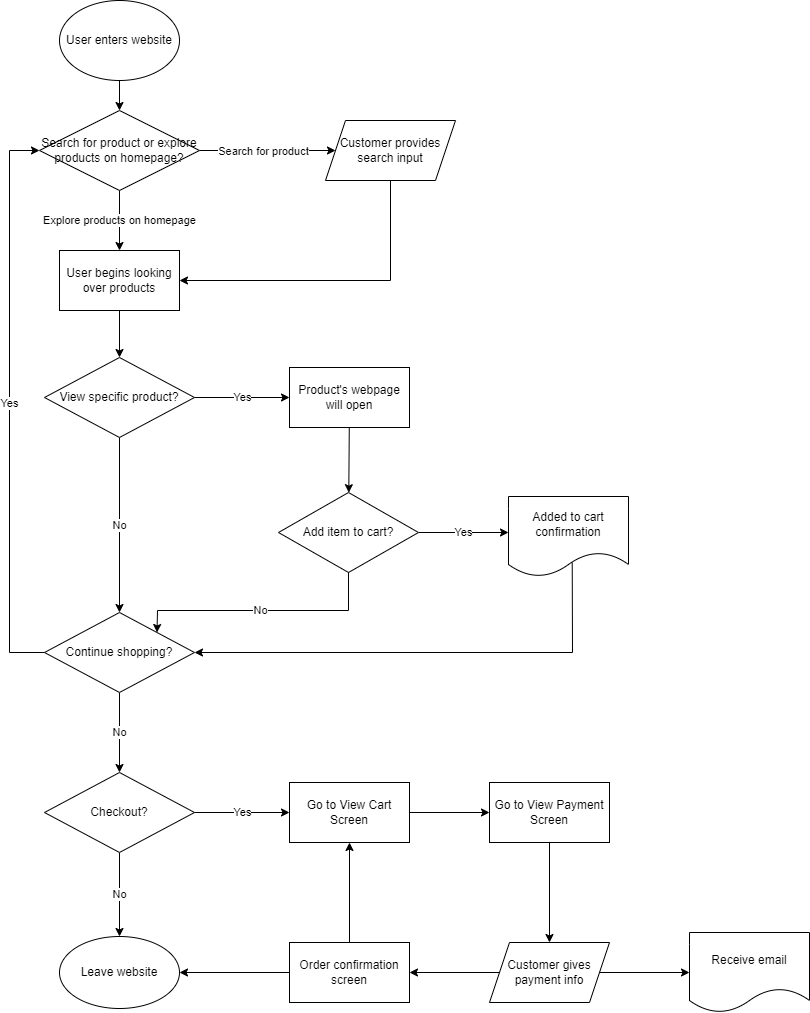
This is expose/diagramming/diagram.drawio.png from JackieJSun/fa22-cse110-lab4, a draw.io export, as it was before one commit. Source tidied: cells renumbered, new cells last; positions are measured from the earlier drawing's top-left corner, leaving out a move shared by most shapes.
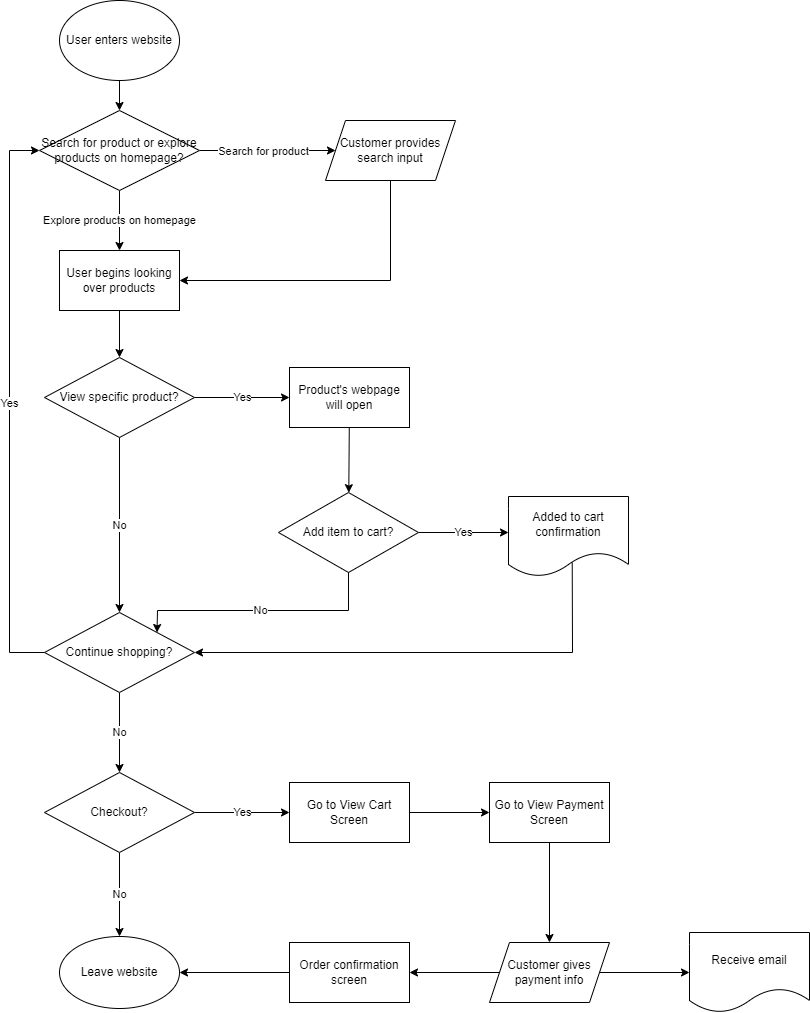
After the change.

Change to the diagram source:
```diff
@@ -141,9 +141,6 @@
     <mxCell id="36" value="Receive email" style="shape=document;whiteSpace=wrap;html=1;boundedLbl=1;rounded=0;arcSize=24;" parent="1" vertex="1">
       <mxGeometry x="680" y="932" width="120" height="80" as="geometry" />
     </mxCell>
-    <mxCell id="37" style="edgeStyle=none;rounded=0;html=1;" parent="1" edge="1" source="39" target="30">
-      <mxGeometry relative="1" as="geometry" />
-    </mxCell>
     <mxCell id="38" style="edgeStyle=none;rounded=0;html=1;exitX=0;exitY=0.5;exitDx=0;exitDy=0;entryX=1;entryY=0.5;entryDx=0;entryDy=0;" parent="1" edge="1" source="39" target="28">
       <mxGeometry relative="1" as="geometry" />
     </mxCell>
```
